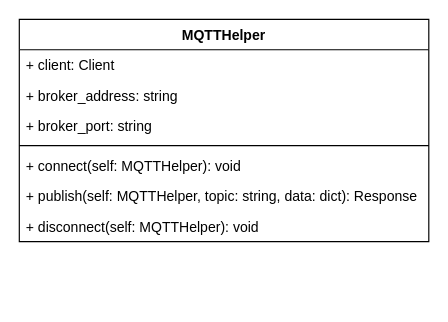
Above: diagrams/mqtthelper_class.drawio in phuonganhcorn/iot-sensor-data-simulator (draw.io), before the change. Source tidied: cells renumbered, new cells numbered last; positions are measured from the earlier drawing's top-left corner, leaving out a move shared by most shapes. Both pictures are drawn from the tidied source at 117%, with x=0, y=0 at pixel (19, 19).
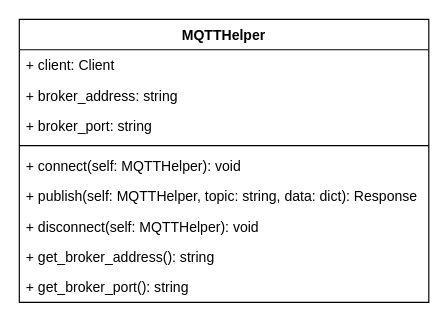
The same diagram, later.

Commit message (it also covers changes not shown here):
feat: Make smaller changes chore: Add diagram

What changed in the source:
```diff
@@
 <mxGraphModel>
   <root>
     <mxCell id="0" />
     <mxCell id="1" parent="0" />
     <mxCell id="2" value="MQTTHelper" style="swimlane;fontStyle=1;align=center;verticalAlign=top;horizontal=1;startSize=26;" parent="1" vertex="1">
-      <mxGeometry width="350" height="190" as="geometry" />
+      <mxGeometry width="350" height="242" as="geometry" />
     </mxCell>
     <mxCell id="3" value="+ client: Client" style="text;strokeColor=none;fillColor=none;align=left;verticalAlign=top;spacingLeft=4;spacingRight=4;overflow=hidden;" parent="2" vertex="1">
       <mxGeometry y="26" width="350" height="26" as="geometry" />
     </mxCell>
     <mxCell id="4" value="+ broker_address: string" style="text;strokeColor=none;fillColor=none;align=left;verticalAlign=top;spacingLeft=4;spacingRight=4;overflow=hidden;" parent="2" vertex="1">
       <mxGeometry y="52" width="350" height="26" as="geometry" />
     </mxCell>
     <mxCell id="5" value="+ broker_port: string" style="text;strokeColor=none;fillColor=none;align=left;verticalAlign=top;spacingLeft=4;spacingRight=4;overflow=hidden;" parent="2" vertex="1">
       <mxGeometry y="78" width="350" height="26" as="geometry" />
     </mxCell>
     <mxCell id="6" style="line;strokeWidth=1;fillColor=none;align=left;verticalAlign=middle;spacingTop=-1;spacingLeft=3;spacingRight=3;labelPosition=right;strokeColor=inherit;" parent="2" vertex="1">
       <mxGeometry y="104" width="350" height="8" as="geometry" />
     </mxCell>
     <mxCell id="7" value="+ connect(self: MQTTHelper): void" style="text;strokeColor=none;fillColor=none;align=left;verticalAlign=top;spacingLeft=4;spacingRight=4;overflow=hidden;" parent="2" vertex="1">
       <mxGeometry y="112" width="350" height="26" as="geometry" />
     </mxCell>
     <mxCell id="8" value="+ publish(self: MQTTHelper, topic: string, data: dict): Response" style="text;strokeColor=none;fillColor=none;align=left;verticalAlign=top;spacingLeft=4;spacingRight=4;overflow=hidden;" parent="2" vertex="1">
       <mxGeometry y="138" width="350" height="26" as="geometry" />
     </mxCell>
     <mxCell id="9" value="+ disconnect(self: MQTTHelper): void" style="text;strokeColor=none;fillColor=none;align=left;verticalAlign=top;spacingLeft=4;spacingRight=4;overflow=hidden;" parent="2" vertex="1">
       <mxGeometry y="164" width="350" height="26" as="geometry" />
     </mxCell>
+    <mxCell id="10" value="+ get_broker_address(): string" style="text;strokeColor=none;fillColor=none;align=left;verticalAlign=top;spacingLeft=4;spacingRight=4;overflow=hidden;" parent="2" vertex="1">
+      <mxGeometry y="190" width="350" height="26" as="geometry" />
+    </mxCell>
+    <mxCell id="11" value="+ get_broker_port(): string" style="text;strokeColor=none;fillColor=none;align=left;verticalAlign=top;spacingLeft=4;spacingRight=4;overflow=hidden;" parent="2" vertex="1">
+      <mxGeometry y="216" width="350" height="26" as="geometry" />
+    </mxCell>
   </root>
 </mxGraphModel>
```
